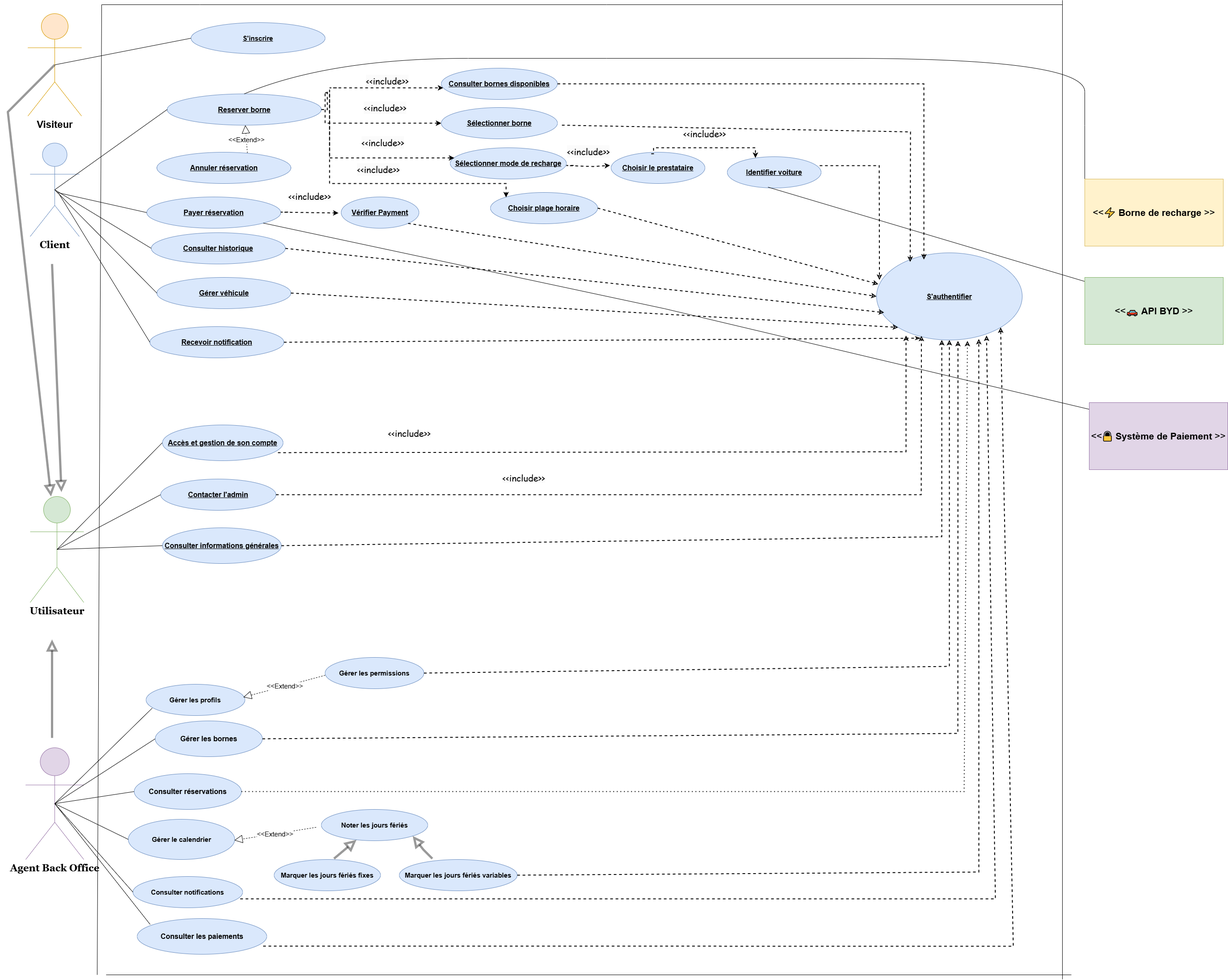
Above: use case finale .drawio.png in achreffakraoui/Projet-uml (draw.io), before the change. Source tidied: cells renumbered, new cells last; positions are measured from the earlier drawing's top-left corner, leaving out a move shared by most shapes.
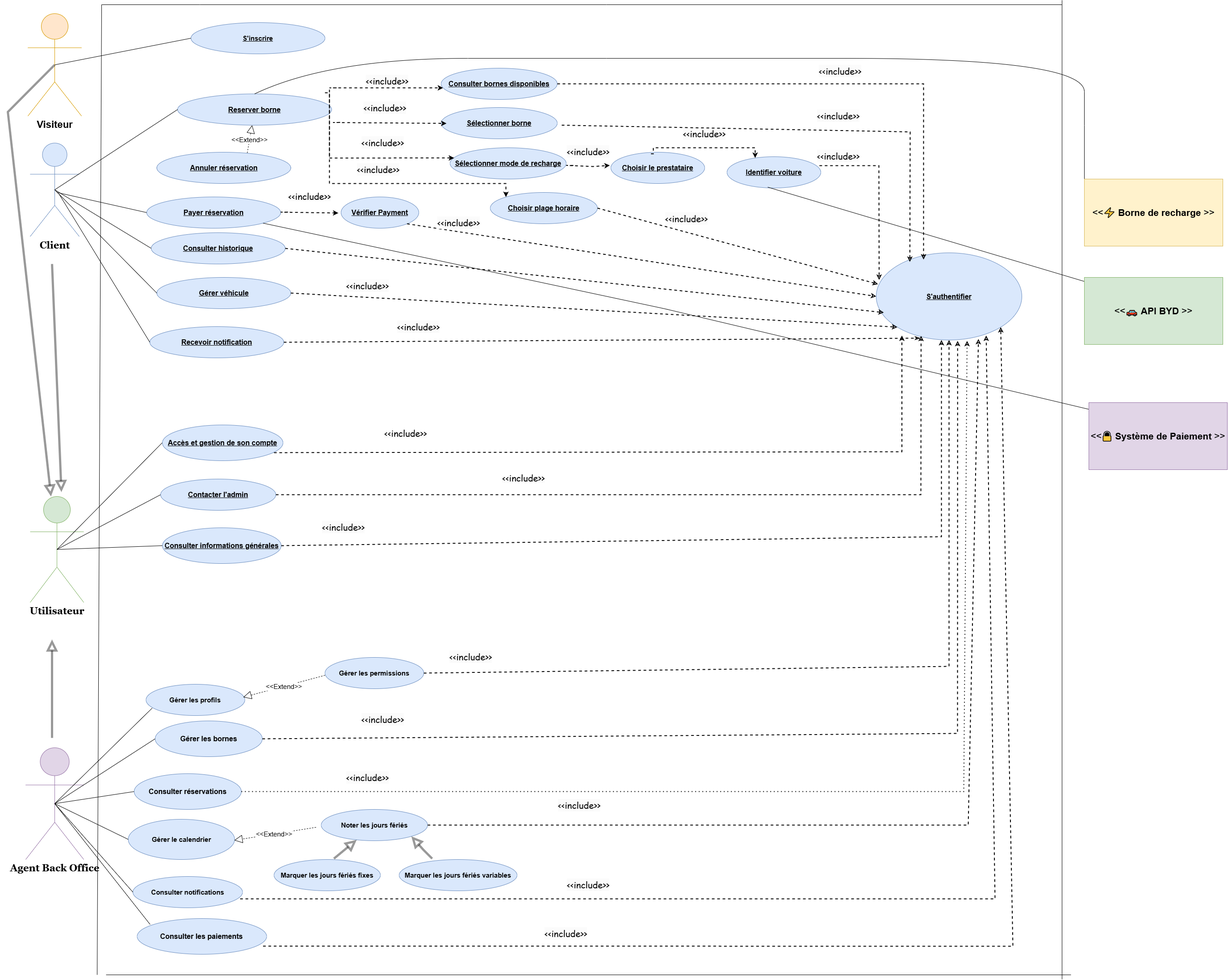
Above is the later version.

Commit message:
Mettre à jour use case finale .drawio.png

Change to the diagram source:
```diff
@@ -70,7 +70,7 @@
       <mxGeometry x="410" y="50" width="300" height="70" as="geometry" />
     </mxCell>
     <mxCell id="18" value="&lt;b&gt;&lt;font style=&quot;font-size: 16px;&quot; face=&quot;Helvetica&quot;&gt;Reserver borne&lt;/font&gt;&lt;/b&gt;" style="ellipse;whiteSpace=wrap;html=1;align=center;fontStyle=4;fillColor=#dae8fc;strokeColor=#6c8ebf;" parent="1" vertex="1">
-      <mxGeometry x="356.5" y="209.5" width="345" height="70" as="geometry" />
+      <mxGeometry x="380" y="209.5" width="345" height="70" as="geometry" />
     </mxCell>
     <mxCell id="19" value="&lt;div&gt;&lt;span style=&quot;font-size: 16px;&quot;&gt;&lt;b&gt;Consulter historique&lt;/b&gt;&lt;/span&gt;&lt;/div&gt;" style="ellipse;whiteSpace=wrap;html=1;align=center;fontStyle=4;fillColor=#dae8fc;strokeColor=#6c8ebf;" parent="1" vertex="1">
       <mxGeometry x="321" y="520" width="300" height="70" as="geometry" />
@@ -179,16 +179,6 @@
     <mxCell id="48" value="&lt;font face=&quot;Helvetica&quot; style=&quot;font-size: 16px;&quot;&gt;&lt;b style=&quot;&quot;&gt;Choisir plage horaire&lt;/b&gt;&lt;/font&gt;" style="ellipse;whiteSpace=wrap;html=1;align=center;fontStyle=4;fillColor=#dae8fc;strokeColor=#6c8ebf;" parent="1" vertex="1">
       <mxGeometry x="1080" y="430" width="240" height="70" as="geometry" />
     </mxCell>
-    <mxCell id="49" style="edgeStyle=orthogonalEdgeStyle;rounded=0;jettySize=auto;html=1;dashed=1;strokeWidth=2;entryX=0;entryY=0.5;entryDx=0;entryDy=0;exitX=1;exitY=0.5;exitDx=0;exitDy=0;" parent="1" edge="1" source="18" target="46">
-      <mxGeometry relative="1" as="geometry">
-        <Array as="points">
-          <mxPoint x="715" y="244" />
-          <mxPoint x="715" y="206" />
-          <mxPoint x="710" y="206" />
-          <mxPoint x="710" y="275" />
-        </Array>
-      </mxGeometry>
-    </mxCell>
     <mxCell id="50" style="edgeStyle=orthogonalEdgeStyle;rounded=0;jettySize=auto;html=1;dashed=1;strokeWidth=2;entryX=0.035;entryY=0.325;entryDx=0;entryDy=0;entryPerimeter=0;" parent="1" edge="1" target="47">
       <mxGeometry relative="1" as="geometry">
         <mxPoint x="710" y="207" as="sourcePoint" />
@@ -393,11 +383,12 @@
     <mxCell id="89" style="endArrow=classicThin;dashed=1;html=1;rounded=0;exitX=1;exitY=0.5;exitDx=0;exitDy=0;entryX=0.302;entryY=0.979;entryDx=0;entryDy=0;entryPerimeter=0;strokeWidth=2;endFill=0;" parent="1" edge="1" source="63" target="11">
       <mxGeometry relative="1" as="geometry" />
     </mxCell>
-    <mxCell id="90" style="endArrow=classic;dashed=1;html=1;rounded=0;exitX=0.957;exitY=0.774;exitDx=0;exitDy=0;exitPerimeter=0;strokeWidth=2;endFill=0;" parent="1" edge="1" source="42">
+    <mxCell id="90" style="endArrow=classic;dashed=1;html=1;rounded=0;exitX=0.957;exitY=0.774;exitDx=0;exitDy=0;exitPerimeter=0;strokeWidth=2;endFill=0;" parent="1" edge="1">
       <mxGeometry relative="1" as="geometry">
-        <mxPoint x="2010" y="750" as="targetPoint" />
+        <mxPoint x="595.9" y="1011.9" as="sourcePoint" />
+        <mxPoint x="2001.5" y="750" as="targetPoint" />
         <Array as="points">
-          <mxPoint x="2010" y="1010" />
+          <mxPoint x="2001.5" y="1010" />
         </Array>
       </mxGeometry>
     </mxCell>
@@ -436,10 +427,11 @@
         </Array>
       </mxGeometry>
     </mxCell>
-    <mxCell id="96" style="endArrow=classic;dashed=1;html=1;rounded=0;exitX=1;exitY=0.5;exitDx=0;exitDy=0;entryX=0.702;entryY=0.988;entryDx=0;entryDy=0;entryPerimeter=0;strokeWidth=2;endFill=0;" parent="1" edge="1" source="74" target="11">
+    <mxCell id="96" style="endArrow=classic;dashed=1;html=1;rounded=0;exitX=1;exitY=0.5;exitDx=0;exitDy=0;entryX=0.702;entryY=0.988;entryDx=0;entryDy=0;entryPerimeter=0;strokeWidth=2;endFill=0;" parent="1" edge="1" source="70" target="11">
       <mxGeometry relative="1" as="geometry">
         <Array as="points">
-          <mxPoint x="2173" y="1950" />
+          <mxPoint x="1610" y="1845" />
+          <mxPoint x="2150" y="1845" />
         </Array>
       </mxGeometry>
     </mxCell>
@@ -467,7 +459,59 @@
       <mxGeometry x="2420" y="900" width="310" height="150" as="geometry" />
     </mxCell>
     <mxCell id="102" value="&lt;span style=&quot;color: rgb(0, 0, 0); font-style: normal; font-variant-ligatures: normal; font-variant-caps: normal; font-weight: 400; letter-spacing: normal; orphans: 2; text-indent: 0px; text-transform: none; widows: 2; word-spacing: 0px; -webkit-text-stroke-width: 0px; background-color: rgb(251, 251, 251); text-decoration-thickness: initial; text-decoration-style: initial; text-decoration-color: initial; float: none; display: inline !important;&quot;&gt;&lt;font style=&quot;font-size: 20px;&quot; face=&quot;Comic Sans MS&quot;&gt;&amp;lt;&amp;lt;include&amp;gt;&amp;gt;&lt;/font&gt;&lt;/span&gt;" style="text;whiteSpace=wrap;html=1;align=center;" parent="1" vertex="1">
-      <mxGeometry x="834.1" y="950" width="130" height="50" as="geometry" />
+      <mxGeometry x="825.6" y="950" width="130" height="50" as="geometry" />
     </mxCell>
+    <mxCell id="103" value="&lt;span style=&quot;color: rgb(0, 0, 0); font-family: &amp;quot;Comic Sans MS&amp;quot;; font-size: 20px; font-style: normal; font-variant-ligatures: normal; font-variant-caps: normal; font-weight: 400; letter-spacing: normal; orphans: 2; text-align: center; text-indent: 0px; text-transform: none; widows: 2; word-spacing: 0px; -webkit-text-stroke-width: 0px; background-color: rgb(251, 251, 251); text-decoration-thickness: initial; text-decoration-style: initial; text-decoration-color: initial; float: none; display: inline !important;&quot;&gt;&amp;lt;&amp;lt;include&amp;gt;&amp;gt;&lt;/span&gt;" style="text;whiteSpace=wrap;html=1;" parent="1" vertex="1">
+      <mxGeometry x="960" y="478.5" width="130" height="50" as="geometry" />
+    </mxCell>
+    <mxCell id="104" value="&lt;span style=&quot;color: rgb(0, 0, 0); font-family: &amp;quot;Comic Sans MS&amp;quot;; font-size: 20px; font-style: normal; font-variant-ligatures: normal; font-variant-caps: normal; font-weight: 400; letter-spacing: normal; orphans: 2; text-align: center; text-indent: 0px; text-transform: none; widows: 2; word-spacing: 0px; -webkit-text-stroke-width: 0px; background-color: rgb(251, 251, 251); text-decoration-thickness: initial; text-decoration-style: initial; text-decoration-color: initial; float: none; display: inline !important;&quot;&gt;&amp;lt;&amp;lt;include&amp;gt;&amp;gt;&lt;/span&gt;" style="text;whiteSpace=wrap;html=1;" parent="1" vertex="1">
+      <mxGeometry x="701.5" y="1160" width="130" height="50" as="geometry" />
+    </mxCell>
+    <mxCell id="105" value="&lt;span style=&quot;color: rgb(0, 0, 0); font-family: &amp;quot;Comic Sans MS&amp;quot;; font-size: 20px; font-style: normal; font-variant-ligatures: normal; font-variant-caps: normal; font-weight: 400; letter-spacing: normal; orphans: 2; text-align: center; text-indent: 0px; text-transform: none; widows: 2; word-spacing: 0px; -webkit-text-stroke-width: 0px; background-color: rgb(251, 251, 251); text-decoration-thickness: initial; text-decoration-style: initial; text-decoration-color: initial; float: none; display: inline !important;&quot;&gt;&amp;lt;&amp;lt;include&amp;gt;&amp;gt;&lt;/span&gt;" style="text;whiteSpace=wrap;html=1;" parent="1" vertex="1">
+      <mxGeometry x="987" y="1450" width="130" height="50" as="geometry" />
+    </mxCell>
+    <mxCell id="106" value="&lt;span style=&quot;color: rgb(0, 0, 0); font-family: &amp;quot;Comic Sans MS&amp;quot;; font-size: 20px; font-style: normal; font-variant-ligatures: normal; font-variant-caps: normal; font-weight: 400; letter-spacing: normal; orphans: 2; text-align: center; text-indent: 0px; text-transform: none; widows: 2; word-spacing: 0px; -webkit-text-stroke-width: 0px; background-color: rgb(251, 251, 251); text-decoration-thickness: initial; text-decoration-style: initial; text-decoration-color: initial; float: none; display: inline !important;&quot;&gt;&amp;lt;&amp;lt;include&amp;gt;&amp;gt;&lt;/span&gt;" style="text;whiteSpace=wrap;html=1;" parent="1" vertex="1">
+      <mxGeometry x="790" y="1590" width="130" height="50" as="geometry" />
+    </mxCell>
+    <mxCell id="107" value="&lt;span style=&quot;color: rgb(0, 0, 0); font-family: &amp;quot;Comic Sans MS&amp;quot;; font-size: 20px; font-style: normal; font-variant-ligatures: normal; font-variant-caps: normal; font-weight: 400; letter-spacing: normal; orphans: 2; text-align: center; text-indent: 0px; text-transform: none; widows: 2; word-spacing: 0px; -webkit-text-stroke-width: 0px; background-color: rgb(251, 251, 251); text-decoration-thickness: initial; text-decoration-style: initial; text-decoration-color: initial; float: none; display: inline !important;&quot;&gt;&amp;lt;&amp;lt;include&amp;gt;&amp;gt;&lt;/span&gt;" style="text;whiteSpace=wrap;html=1;" parent="1" vertex="1">
+      <mxGeometry x="755.6" y="1720" width="130" height="50" as="geometry" />
+    </mxCell>
+    <mxCell id="108" value="&lt;span style=&quot;color: rgb(0, 0, 0); font-family: &amp;quot;Comic Sans MS&amp;quot;; font-size: 20px; font-style: normal; font-variant-ligatures: normal; font-variant-caps: normal; font-weight: 400; letter-spacing: normal; orphans: 2; text-align: center; text-indent: 0px; text-transform: none; widows: 2; word-spacing: 0px; -webkit-text-stroke-width: 0px; background-color: rgb(251, 251, 251); text-decoration-thickness: initial; text-decoration-style: initial; text-decoration-color: initial; float: none; display: inline !important;&quot;&gt;&amp;lt;&amp;lt;include&amp;gt;&amp;gt;&lt;/span&gt;" style="text;whiteSpace=wrap;html=1;" parent="1" vertex="1">
+      <mxGeometry x="1230" y="1782" width="130" height="50" as="geometry" />
+    </mxCell>
+    <mxCell id="109" value="&lt;span style=&quot;color: rgb(0, 0, 0); font-family: &amp;quot;Comic Sans MS&amp;quot;; font-size: 20px; font-style: normal; font-variant-ligatures: normal; font-variant-caps: normal; font-weight: 400; letter-spacing: normal; orphans: 2; text-align: center; text-indent: 0px; text-transform: none; widows: 2; word-spacing: 0px; -webkit-text-stroke-width: 0px; background-color: rgb(251, 251, 251); text-decoration-thickness: initial; text-decoration-style: initial; text-decoration-color: initial; float: none; display: inline !important;&quot;&gt;&amp;lt;&amp;lt;include&amp;gt;&amp;gt;&lt;/span&gt;" style="text;whiteSpace=wrap;html=1;" parent="1" vertex="1">
+      <mxGeometry x="1250" y="1960" width="130" height="50" as="geometry" />
+    </mxCell>
+    <mxCell id="110" value="&lt;span style=&quot;color: rgb(0, 0, 0); font-family: &amp;quot;Comic Sans MS&amp;quot;; font-size: 20px; font-style: normal; font-variant-ligatures: normal; font-variant-caps: normal; font-weight: 400; letter-spacing: normal; orphans: 2; text-align: center; text-indent: 0px; text-transform: none; widows: 2; word-spacing: 0px; -webkit-text-stroke-width: 0px; background-color: rgb(251, 251, 251); text-decoration-thickness: initial; text-decoration-style: initial; text-decoration-color: initial; float: none; display: inline !important;&quot;&gt;&amp;lt;&amp;lt;include&amp;gt;&amp;gt;&lt;/span&gt;" style="text;whiteSpace=wrap;html=1;" parent="1" vertex="1">
+      <mxGeometry x="1200" y="2069" width="130" height="50" as="geometry" />
+    </mxCell>
+    <mxCell id="111" value="&lt;span style=&quot;color: rgb(0, 0, 0); font-family: &amp;quot;Comic Sans MS&amp;quot;; font-size: 20px; font-style: normal; font-variant-ligatures: normal; font-variant-caps: normal; font-weight: 400; letter-spacing: normal; orphans: 2; text-align: center; text-indent: 0px; text-transform: none; widows: 2; word-spacing: 0px; -webkit-text-stroke-width: 0px; background-color: rgb(251, 251, 251); text-decoration-thickness: initial; text-decoration-style: initial; text-decoration-color: initial; float: none; display: inline !important;&quot;&gt;&amp;lt;&amp;lt;include&amp;gt;&amp;gt;&lt;/span&gt;" style="text;whiteSpace=wrap;html=1;" parent="1" vertex="1">
+      <mxGeometry x="870" y="711.5" width="130" height="50" as="geometry" />
+    </mxCell>
+    <mxCell id="112" value="&lt;span style=&quot;color: rgb(0, 0, 0); font-family: &amp;quot;Comic Sans MS&amp;quot;; font-size: 20px; font-style: normal; font-variant-ligatures: normal; font-variant-caps: normal; font-weight: 400; letter-spacing: normal; orphans: 2; text-align: center; text-indent: 0px; text-transform: none; widows: 2; word-spacing: 0px; -webkit-text-stroke-width: 0px; background-color: rgb(251, 251, 251); text-decoration-thickness: initial; text-decoration-style: initial; text-decoration-color: initial; float: none; display: inline !important;&quot;&gt;&amp;lt;&amp;lt;include&amp;gt;&amp;gt;&lt;/span&gt;" style="text;whiteSpace=wrap;html=1;" parent="1" vertex="1">
+      <mxGeometry x="755.6" y="620" width="130" height="50" as="geometry" />
+    </mxCell>
+    <mxCell id="113" value="&lt;span style=&quot;color: rgb(0, 0, 0); font-family: &amp;quot;Comic Sans MS&amp;quot;; font-size: 20px; font-style: normal; font-variant-ligatures: normal; font-variant-caps: normal; font-weight: 400; letter-spacing: normal; orphans: 2; text-align: center; text-indent: 0px; text-transform: none; widows: 2; word-spacing: 0px; -webkit-text-stroke-width: 0px; background-color: rgb(251, 251, 251); text-decoration-thickness: initial; text-decoration-style: initial; text-decoration-color: initial; float: none; display: inline !important;&quot;&gt;&amp;lt;&amp;lt;include&amp;gt;&amp;gt;&lt;/span&gt;" style="text;whiteSpace=wrap;html=1;" parent="1" vertex="1">
+      <mxGeometry x="1470" y="470" width="130" height="50" as="geometry" />
+    </mxCell>
+    <mxCell id="114" value="&lt;span style=&quot;color: rgb(0, 0, 0); font-family: &amp;quot;Comic Sans MS&amp;quot;; font-size: 20px; font-style: normal; font-variant-ligatures: normal; font-variant-caps: normal; font-weight: 400; letter-spacing: normal; orphans: 2; text-align: center; text-indent: 0px; text-transform: none; widows: 2; word-spacing: 0px; -webkit-text-stroke-width: 0px; background-color: rgb(251, 251, 251); text-decoration-thickness: initial; text-decoration-style: initial; text-decoration-color: initial; float: none; display: inline !important;&quot;&gt;&amp;lt;&amp;lt;include&amp;gt;&amp;gt;&lt;/span&gt;" style="text;whiteSpace=wrap;html=1;" parent="1" vertex="1">
+      <mxGeometry x="1814" y="140" width="130" height="50" as="geometry" />
+    </mxCell>
+    <mxCell id="115" value="&lt;span style=&quot;color: rgb(0, 0, 0); font-family: &amp;quot;Comic Sans MS&amp;quot;; font-size: 20px; font-style: normal; font-variant-ligatures: normal; font-variant-caps: normal; font-weight: 400; letter-spacing: normal; orphans: 2; text-align: center; text-indent: 0px; text-transform: none; widows: 2; word-spacing: 0px; -webkit-text-stroke-width: 0px; background-color: rgb(251, 251, 251); text-decoration-thickness: initial; text-decoration-style: initial; text-decoration-color: initial; float: none; display: inline !important;&quot;&gt;&amp;lt;&amp;lt;include&amp;gt;&amp;gt;&lt;/span&gt;" style="text;whiteSpace=wrap;html=1;" parent="1" vertex="1">
+      <mxGeometry x="1810" y="240" width="130" height="50" as="geometry" />
+    </mxCell>
+    <mxCell id="116" value="&lt;span style=&quot;color: rgb(0, 0, 0); font-family: &amp;quot;Comic Sans MS&amp;quot;; font-size: 20px; font-style: normal; font-variant-ligatures: normal; font-variant-caps: normal; font-weight: 400; letter-spacing: normal; orphans: 2; text-align: center; text-indent: 0px; text-transform: none; widows: 2; word-spacing: 0px; -webkit-text-stroke-width: 0px; background-color: rgb(251, 251, 251); text-decoration-thickness: initial; text-decoration-style: initial; text-decoration-color: initial; float: none; display: inline !important;&quot;&gt;&amp;lt;&amp;lt;include&amp;gt;&amp;gt;&lt;/span&gt;" style="text;whiteSpace=wrap;html=1;" parent="1" vertex="1">
+      <mxGeometry x="1810" y="330" width="130" height="50" as="geometry" />
+    </mxCell>
+    <mxCell id="117" style="edgeStyle=orthogonalEdgeStyle;rounded=0;orthogonalLoop=1;jettySize=auto;html=1;dashed=1;strokeWidth=2;" parent="1" edge="1">
+      <mxGeometry relative="1" as="geometry">
+        <mxPoint x="744" y="273.3" as="sourcePoint" />
+        <mxPoint x="982" y="273.3" as="targetPoint" />
+        <Array as="points">
+          <mxPoint x="728" y="273.3" />
+          <mxPoint x="728" y="275.3" />
+        </Array>
+      </mxGeometry>
+    </mxCell>
   </root>
 </mxGraphModel>
```
